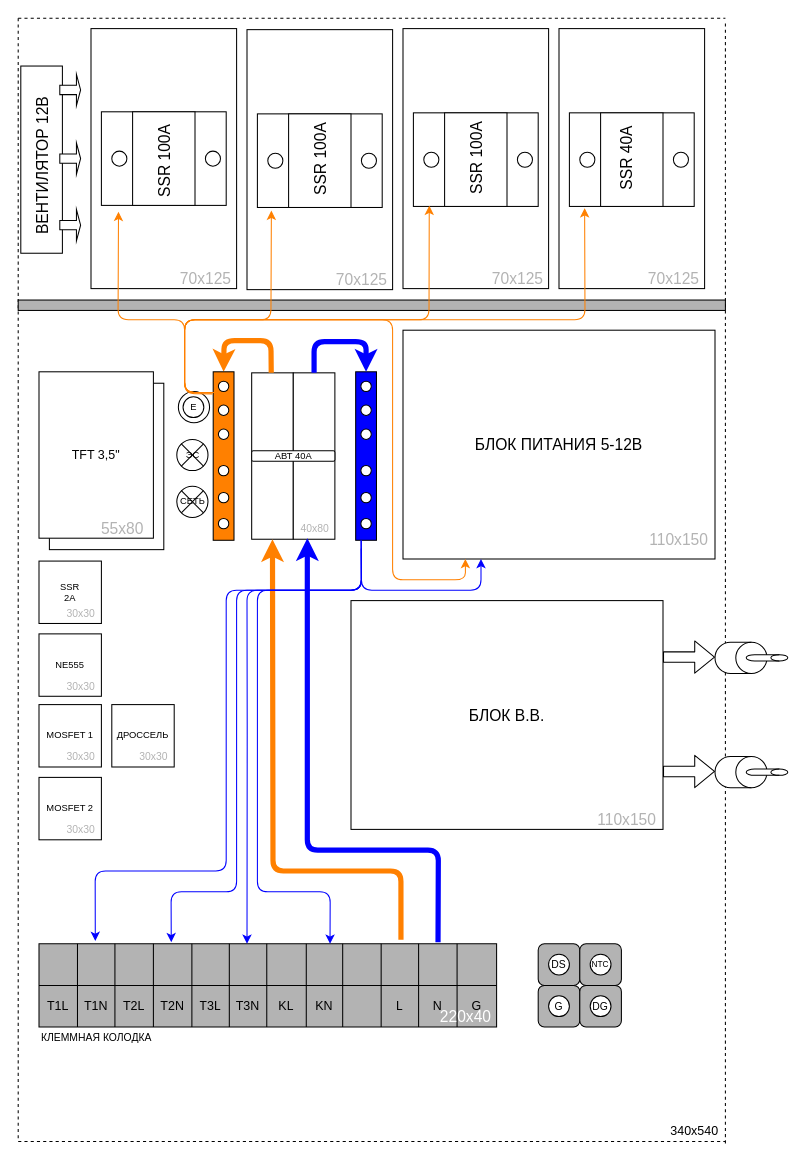
jekavovikovich/jekavovikovich keeps this draw.io diagram as kopv5mk_placement_diagram_v2.drawio. Above is the earlier version. Source tidied: cells renumbered, new cells numbered last; positions are measured from the earlier drawing's top-left corner, leaving out a move shared by most shapes. Both pictures are drawn from the tidied source at 104%, with x=0, y=0 at pixel (-40, 18).
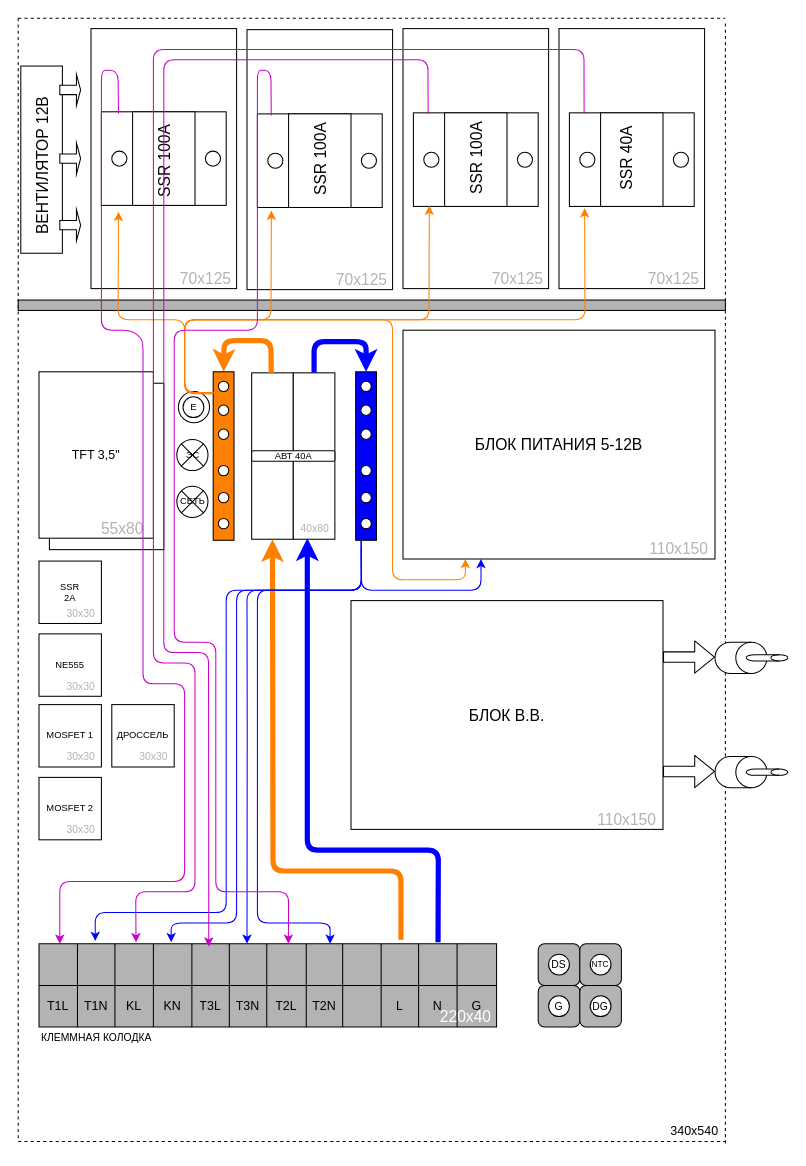
The same diagram, later.

The change refers to these unchanged cells:
```xml
<mxCell id="26" style="rounded=0;whiteSpace=wrap;html=1;labelBackgroundColor=none;fontSize=15;fillColor=#FFFFFF;" parent="1" vertex="1">
  <mxGeometry x="135" y="90" width="120" height="90" as="geometry" />
</mxCell>
<mxCell id="30" style="rounded=0;whiteSpace=wrap;html=1;labelBackgroundColor=none;fontSize=15;fillColor=#FFFFFF;" parent="1" vertex="1">
  <mxGeometry x="285" y="92" width="120" height="90" as="geometry" />
</mxCell>
<mxCell id="34" style="rounded=0;whiteSpace=wrap;html=1;labelBackgroundColor=none;fontSize=15;fillColor=#FFFFFF;" parent="1" vertex="1">
  <mxGeometry x="435" y="91" width="120" height="90" as="geometry" />
</mxCell>
<mxCell id="38" style="rounded=0;whiteSpace=wrap;html=1;labelBackgroundColor=none;fontSize=15;fillColor=#FFFFFF;" parent="1" vertex="1">
  <mxGeometry x="585" y="91" width="120" height="90" as="geometry" />
</mxCell>
<mxCell id="73" style="shape=partialRectangle;html=1;whiteSpace=wrap;fillColor=none;top=0;left=0;bottom=0;right=0;points=[[0,0.5],[1,0.5]];portConstraint=eastwest;" parent="72" vertex="1">
  <mxGeometry width="440" height="40" as="geometry" />
</mxCell>
<mxCell id="86" style="shape=partialRectangle;html=1;whiteSpace=wrap;fillColor=none;top=0;left=0;bottom=0;right=0;" parent="72" vertex="1">
  <mxGeometry y="40" width="440" height="40" as="geometry" />
</mxCell>
<mxCell id="111" style="rounded=0;whiteSpace=wrap;html=1;fontSize=8;fontColor=#000000;fillColor=#0000FF;" parent="1" vertex="1">
  <mxGeometry x="379.5" y="340" width="20" height="162" as="geometry" />
</mxCell>
```

Change to the diagram source:
```diff
@@
     <mxCell id="61" value="110x150" style="text;html=1;align=center;verticalAlign=middle;strokeColor=none;fontSize=15;fontColor=#B3B3B3;" parent="1" vertex="1">
-      <mxGeometry x="655" y="491" width="70" height="20" as="geometry" />
+      <mxGeometry x="655" y="500" width="70" height="20" as="geometry" />
     </mxCell>
@@
-    <mxCell id="89" value="T2L" style="shape=partialRectangle;html=1;whiteSpace=wrap;fillColor=none;top=0;left=0;bottom=0;right=0;overflow=hidden;" parent="86" vertex="1">
+    <mxCell id="89" value="KL" style="shape=partialRectangle;html=1;whiteSpace=wrap;fillColor=none;top=0;left=0;bottom=0;right=0;overflow=hidden;" parent="86" vertex="1">
       <mxGeometry x="73" width="37" height="40" as="geometry" />
     </mxCell>
-    <mxCell id="90" value="T2N" style="shape=partialRectangle;html=1;whiteSpace=wrap;fillColor=none;top=0;left=0;bottom=0;right=0;overflow=hidden;" parent="86" vertex="1">
+    <mxCell id="90" value="KN" style="shape=partialRectangle;html=1;whiteSpace=wrap;fillColor=none;top=0;left=0;bottom=0;right=0;overflow=hidden;" parent="86" vertex="1">
       <mxGeometry x="110" width="37" height="40" as="geometry" />
     </mxCell>
@@
-    <mxCell id="93" value="KL" style="shape=partialRectangle;html=1;whiteSpace=wrap;fillColor=none;top=0;left=0;bottom=0;right=0;overflow=hidden;" parent="86" vertex="1">
+    <mxCell id="93" value="T2L" style="shape=partialRectangle;html=1;whiteSpace=wrap;fillColor=none;top=0;left=0;bottom=0;right=0;overflow=hidden;" parent="86" vertex="1">
       <mxGeometry x="219" width="38" height="40" as="geometry" />
     </mxCell>
-    <mxCell id="94" value="KN" style="shape=partialRectangle;html=1;whiteSpace=wrap;fillColor=none;top=0;left=0;bottom=0;right=0;overflow=hidden;" parent="86" vertex="1">
+    <mxCell id="94" value="T2N" style="shape=partialRectangle;html=1;whiteSpace=wrap;fillColor=none;top=0;left=0;bottom=0;right=0;overflow=hidden;" parent="86" vertex="1">
       <mxGeometry x="257" width="35" height="40" as="geometry" />
     </mxCell>
@@
     <mxCell id="119" style="endArrow=classic;html=1;fontSize=8;fontColor=#000000;strokeColor=#0000FF;entryX=0.636;entryY=0;entryDx=0;entryDy=0;entryPerimeter=0;exitX=0.25;exitY=1;exitDx=0;exitDy=0;" parent="1" edge="1" source="111" target="73">
       <mxGeometry relative="1" as="geometry">
         <Array as="points">
           <mxPoint x="385" y="550" />
           <mxPoint x="285" y="550" />
-          <mxPoint x="285" y="840" />
-          <mxPoint x="355" y="840" />
+          <mxPoint x="285" y="870" />
+          <mxPoint x="355" y="870" />
         </Array>
       </mxGeometry>
     </mxCell>
@@
     <mxCell id="121" style="endArrow=classic;html=1;fontSize=8;fontColor=#000000;strokeColor=#0000FF;entryX=0.289;entryY=-0.038;entryDx=0;entryDy=0;entryPerimeter=0;" parent="1" edge="1" target="73">
       <mxGeometry relative="1" as="geometry">
         <mxPoint x="385" y="510" as="sourcePoint" />
         <Array as="points">
           <mxPoint x="385" y="550" />
           <mxPoint x="265" y="550" />
-          <mxPoint x="265" y="840" />
-          <mxPoint x="202" y="840" />
+          <mxPoint x="265" y="870" />
+          <mxPoint x="202" y="870" />
         </Array>
       </mxGeometry>
     </mxCell>
     <mxCell id="122" style="endArrow=classic;html=1;fontSize=8;fontColor=#000000;strokeColor=#0000FF;entryX=0.123;entryY=-0.068;entryDx=0;entryDy=0;entryPerimeter=0;" parent="1" edge="1" target="73">
       <mxGeometry relative="1" as="geometry">
         <mxPoint x="385" y="510" as="sourcePoint" />
         <Array as="points">
           <mxPoint x="385" y="550" />
           <mxPoint x="255" y="550" />
-          <mxPoint x="255" y="820" />
-          <mxPoint x="129" y="820" />
+          <mxPoint x="255" y="860" />
+          <mxPoint x="129" y="860" />
         </Array>
       </mxGeometry>
     </mxCell>
@@
+    <mxCell id="137" style="endArrow=classic;html=1;shadow=0;fontSize=8;fontColor=#000000;strokeWidth=1;exitX=0.137;exitY=0.022;exitDx=0;exitDy=0;exitPerimeter=0;strokeColor=#CC00CC;" parent="1" edge="1" source="26">
+      <mxGeometry relative="1" as="geometry">
+        <mxPoint x="95" y="890" as="targetPoint" />
+        <Array as="points">
+          <mxPoint x="151" y="50" />
+          <mxPoint x="135" y="50" />
+          <mxPoint x="135" y="300" />
+          <mxPoint x="165" y="300" />
+          <mxPoint x="175" y="310" />
+          <mxPoint x="175" y="640" />
+          <mxPoint x="215" y="640" />
+          <mxPoint x="215" y="740" />
+          <mxPoint x="215" y="830" />
+          <mxPoint x="95" y="830" />
+        </Array>
+      </mxGeometry>
+    </mxCell>
+    <mxCell id="138" style="endArrow=classic;html=1;shadow=0;fontSize=8;fontColor=#000000;strokeWidth=1;exitX=0.111;exitY=0.017;exitDx=0;exitDy=0;exitPerimeter=0;entryX=0.545;entryY=0;entryDx=0;entryDy=0;entryPerimeter=0;strokeColor=#CC00CC;" parent="1" edge="1" source="30" target="73">
+      <mxGeometry relative="1" as="geometry">
+        <Array as="points">
+          <mxPoint x="298" y="50" />
+          <mxPoint x="285" y="50" />
+          <mxPoint x="285" y="300" />
+          <mxPoint x="205" y="300" />
+          <mxPoint x="205" y="600" />
+          <mxPoint x="245" y="600" />
+          <mxPoint x="245" y="760" />
+          <mxPoint x="245" y="840" />
+          <mxPoint x="315" y="840" />
+        </Array>
+      </mxGeometry>
+    </mxCell>
+    <mxCell id="139" style="endArrow=classic;html=1;shadow=0;fontSize=8;fontColor=#000000;strokeWidth=1;exitX=0.118;exitY=0.009;exitDx=0;exitDy=0;exitPerimeter=0;entryX=0.371;entryY=0.067;entryDx=0;entryDy=0;entryPerimeter=0;strokeColor=#CC00CC;" parent="1" edge="1" source="34" target="73">
+      <mxGeometry relative="1" as="geometry">
+        <Array as="points">
+          <mxPoint x="449" y="40" />
+          <mxPoint x="195" y="40" />
+          <mxPoint x="195" y="320" />
+          <mxPoint x="195" y="610" />
+          <mxPoint x="238" y="610" />
+        </Array>
+      </mxGeometry>
+    </mxCell>
+    <mxCell id="140" style="endArrow=classic;html=1;shadow=0;fontSize=8;fontColor=#000000;strokeWidth=1;exitX=0.118;exitY=0.009;exitDx=0;exitDy=0;exitPerimeter=0;entryX=0.212;entryY=-0.037;entryDx=0;entryDy=0;entryPerimeter=0;strokeColor=#CC00CC;" parent="1" edge="1" source="38" target="73">
+      <mxGeometry relative="1" as="geometry">
+        <Array as="points">
+          <mxPoint x="599" y="30" />
+          <mxPoint x="185" y="30" />
+          <mxPoint x="185" y="620" />
+          <mxPoint x="225" y="620" />
+          <mxPoint x="225" y="750" />
+          <mxPoint x="225" y="840" />
+          <mxPoint x="168" y="840" />
+        </Array>
+      </mxGeometry>
+    </mxCell>
```
